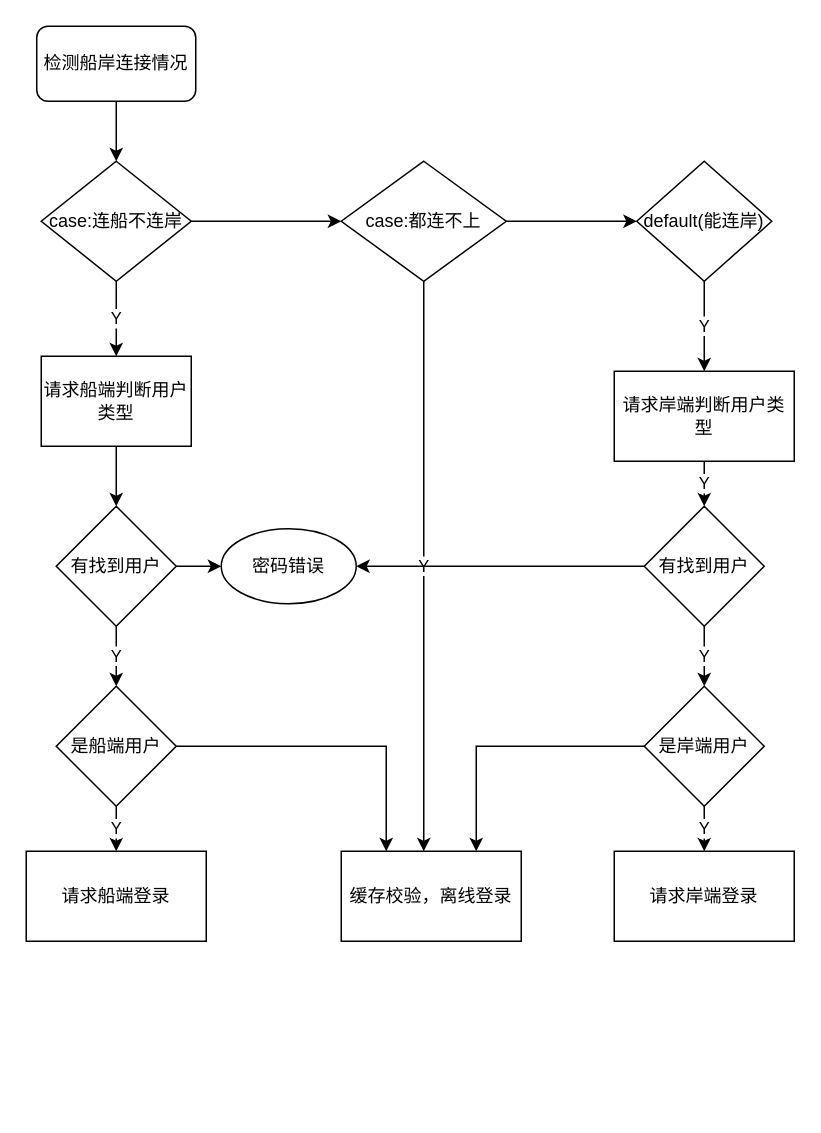
Before: mywork/Untitled Diagram.drawio in awesomeChick/diagrams, a draw.io diagram. Source tidied: cells renumbered, new cells numbered last; positions are measured from the earlier drawing's top-left corner, leaving out a move shared by most shapes. Both pictures are drawn from the tidied source at 150%, with x=0, y=0 at pixel (26, 26).
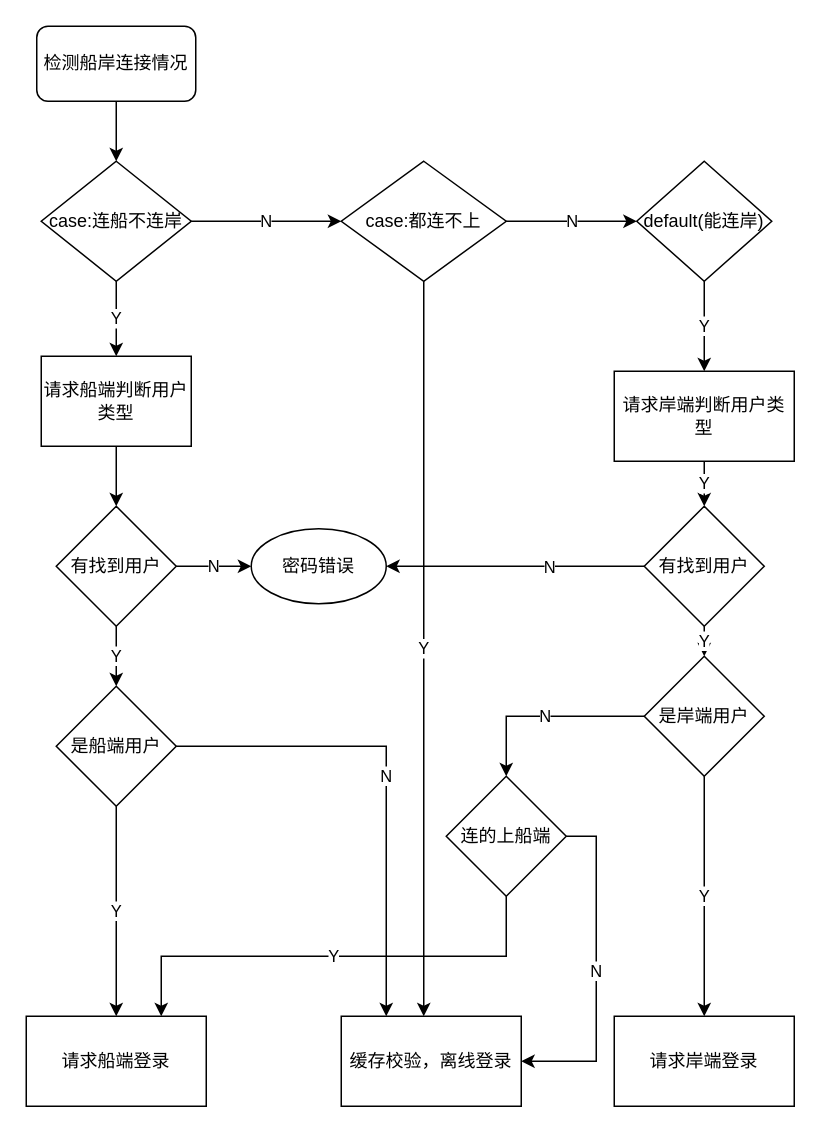
The same diagram, later.

The change refers to these unchanged cells:
```xml
<mxCell id="6" value="case:连船不连岸" style="rhombus;whiteSpace=wrap;html=1;" parent="1" vertex="1">
  <mxGeometry x="10" y="90" width="100" height="80" as="geometry" />
</mxCell>
<mxCell id="9" value="case:都连不上" style="rhombus;whiteSpace=wrap;html=1;" parent="1" vertex="1">
  <mxGeometry x="210" y="90" width="110" height="80" as="geometry" />
</mxCell>
<mxCell id="11" value="default(能连岸)" style="rhombus;whiteSpace=wrap;html=1;" parent="1" vertex="1">
  <mxGeometry x="407" y="90" width="90" height="80" as="geometry" />
</mxCell>
<mxCell id="16" value="有找到用户" style="rhombus;whiteSpace=wrap;html=1;" parent="1" vertex="1">
  <mxGeometry x="20" y="320" width="80" height="80" as="geometry" />
</mxCell>
<mxCell id="22" value="是船端用户" style="rhombus;whiteSpace=wrap;html=1;" parent="1" vertex="1">
  <mxGeometry x="20" y="440" width="80" height="80" as="geometry" />
</mxCell>
<mxCell id="26" style="edgeStyle=orthogonalEdgeStyle;rounded=0;jettySize=auto;html=1;exitX=0;exitY=0.5;exitDx=0;exitDy=0;entryX=1;entryY=0.5;entryDx=0;entryDy=0;" parent="1" edge="1" source="27" target="24">
  <mxGeometry relative="1" as="geometry" />
</mxCell>
```

The edit, as a diff of the source:
```diff
@@
-    <mxCell id="4" style="edgeStyle=orthogonalEdgeStyle;rounded=0;jettySize=auto;html=1;exitX=1;exitY=0.5;exitDx=0;exitDy=0;entryX=0;entryY=0.5;entryDx=0;entryDy=0;" parent="1" edge="1" source="6" target="9">
+    <mxCell id="4" value="N" style="edgeStyle=orthogonalEdgeStyle;rounded=0;jettySize=auto;html=1;exitX=1;exitY=0.5;exitDx=0;exitDy=0;entryX=0;entryY=0.5;entryDx=0;entryDy=0;" parent="1" edge="1" source="6" target="9">
       <mxGeometry relative="1" as="geometry" />
     </mxCell>
@@
-    <mxCell id="7" style="edgeStyle=orthogonalEdgeStyle;rounded=0;jettySize=auto;html=1;exitX=1;exitY=0.5;exitDx=0;exitDy=0;entryX=0;entryY=0.5;entryDx=0;entryDy=0;" parent="1" edge="1" source="9" target="11">
+    <mxCell id="7" value="N" style="edgeStyle=orthogonalEdgeStyle;rounded=0;jettySize=auto;html=1;exitX=1;exitY=0.5;exitDx=0;exitDy=0;entryX=0;entryY=0.5;entryDx=0;entryDy=0;" parent="1" edge="1" source="9" target="11">
       <mxGeometry relative="1" as="geometry" />
     </mxCell>
     <mxCell id="8" value="Y&lt;br&gt;" style="edgeStyle=orthogonalEdgeStyle;rounded=0;jettySize=auto;html=1;exitX=0.5;exitY=1;exitDx=0;exitDy=0;" parent="1" edge="1" source="9" target="17">
       <mxGeometry relative="1" as="geometry">
         <Array as="points">
-          <mxPoint x="265" y="440" />
-          <mxPoint x="265" y="440" />
+          <mxPoint x="265" y="260" />
+          <mxPoint x="265" y="260" />
         </Array>
       </mxGeometry>
     </mxCell>
@@
-    <mxCell id="15" style="edgeStyle=orthogonalEdgeStyle;rounded=0;jettySize=auto;html=1;exitX=1;exitY=0.5;exitDx=0;exitDy=0;" parent="1" edge="1" source="16" target="24">
+    <mxCell id="15" value="N" style="edgeStyle=orthogonalEdgeStyle;rounded=0;jettySize=auto;html=1;exitX=1;exitY=0.5;exitDx=0;exitDy=0;" parent="1" edge="1" source="16" target="24">
       <mxGeometry relative="1" as="geometry" />
     </mxCell>
@@
     <mxCell id="17" value="缓存校验，离线登录" style="rounded=0;whiteSpace=wrap;html=1;" parent="1" vertex="1">
-      <mxGeometry x="210" y="550" width="120" height="60" as="geometry" />
+      <mxGeometry x="210" y="660" width="120" height="60" as="geometry" />
     </mxCell>
@@
-    <mxCell id="21" style="edgeStyle=orthogonalEdgeStyle;rounded=0;jettySize=auto;html=1;exitX=1;exitY=0.5;exitDx=0;exitDy=0;entryX=0.25;entryY=0;entryDx=0;entryDy=0;" parent="1" edge="1" source="22" target="17">
+    <mxCell id="21" value="N" style="edgeStyle=orthogonalEdgeStyle;rounded=0;jettySize=auto;html=1;exitX=1;exitY=0.5;exitDx=0;exitDy=0;entryX=0.25;entryY=0;entryDx=0;entryDy=0;" parent="1" edge="1" source="22" target="17">
       <mxGeometry relative="1" as="geometry" />
     </mxCell>
@@
     <mxCell id="23" value="请求船端登录" style="rounded=0;whiteSpace=wrap;html=1;" parent="1" vertex="1">
-      <mxGeometry y="550" width="120" height="60" as="geometry" />
+      <mxGeometry y="660" width="120" height="60" as="geometry" />
     </mxCell>
     <mxCell id="24" value="密码错误" style="ellipse;whiteSpace=wrap;html=1;" parent="1" vertex="1">
-      <mxGeometry x="130" y="335" width="90" height="50" as="geometry" />
+      <mxGeometry x="150" y="335" width="90" height="50" as="geometry" />
     </mxCell>
@@
+    <mxCell id="32" value="N" style="edgeLabel;html=1;align=center;verticalAlign=middle;" parent="26" vertex="1">
+      <mxGeometry x="-0.26" y="6" relative="1" as="geometry">
+        <mxPoint y="-6" as="offset" />
+      </mxGeometry>
+    </mxCell>
@@
-    <mxCell id="29" style="edgeStyle=orthogonalEdgeStyle;rounded=0;jettySize=auto;html=1;exitX=0;exitY=0.5;exitDx=0;exitDy=0;entryX=0.75;entryY=0;entryDx=0;entryDy=0;" parent="1" edge="1" source="30" target="17">
-      <mxGeometry relative="1" as="geometry" />
-    </mxCell>
+    <mxCell id="33" value="N" style="edgeStyle=orthogonalEdgeStyle;rounded=0;jettySize=auto;html=1;exitX=0;exitY=0.5;exitDx=0;exitDy=0;entryX=0.5;entryY=0;entryDx=0;entryDy=0;" parent="1" edge="1" source="30" target="36">
+      <mxGeometry relative="1" as="geometry" />
+    </mxCell>
     <mxCell id="30" value="是岸端用户" style="rhombus;whiteSpace=wrap;html=1;" parent="1" vertex="1">
-      <mxGeometry x="412" y="440" width="80" height="80" as="geometry" />
+      <mxGeometry x="412" y="420" width="80" height="80" as="geometry" />
     </mxCell>
     <mxCell id="31" value="请求岸端登录" style="rounded=0;whiteSpace=wrap;html=1;" parent="1" vertex="1">
-      <mxGeometry x="392" y="550" width="120" height="60" as="geometry" />
+      <mxGeometry x="392" y="660" width="120" height="60" as="geometry" />
     </mxCell>
+    <mxCell id="34" value="Y" style="edgeStyle=orthogonalEdgeStyle;rounded=0;jettySize=auto;html=1;exitX=0.5;exitY=1;exitDx=0;exitDy=0;entryX=0.75;entryY=0;entryDx=0;entryDy=0;" parent="1" edge="1" source="36" target="23">
+      <mxGeometry relative="1" as="geometry" />
+    </mxCell>
+    <mxCell id="35" value="N" style="edgeStyle=orthogonalEdgeStyle;rounded=0;jettySize=auto;html=1;exitX=1;exitY=0.5;exitDx=0;exitDy=0;entryX=1;entryY=0.5;entryDx=0;entryDy=0;" parent="1" edge="1" source="36" target="17">
+      <mxGeometry relative="1" as="geometry" />
+    </mxCell>
+    <mxCell id="36" value="连的上船端" style="rhombus;whiteSpace=wrap;html=1;" parent="1" vertex="1">
+      <mxGeometry x="280" y="500" width="80" height="80" as="geometry" />
+    </mxCell>
```
